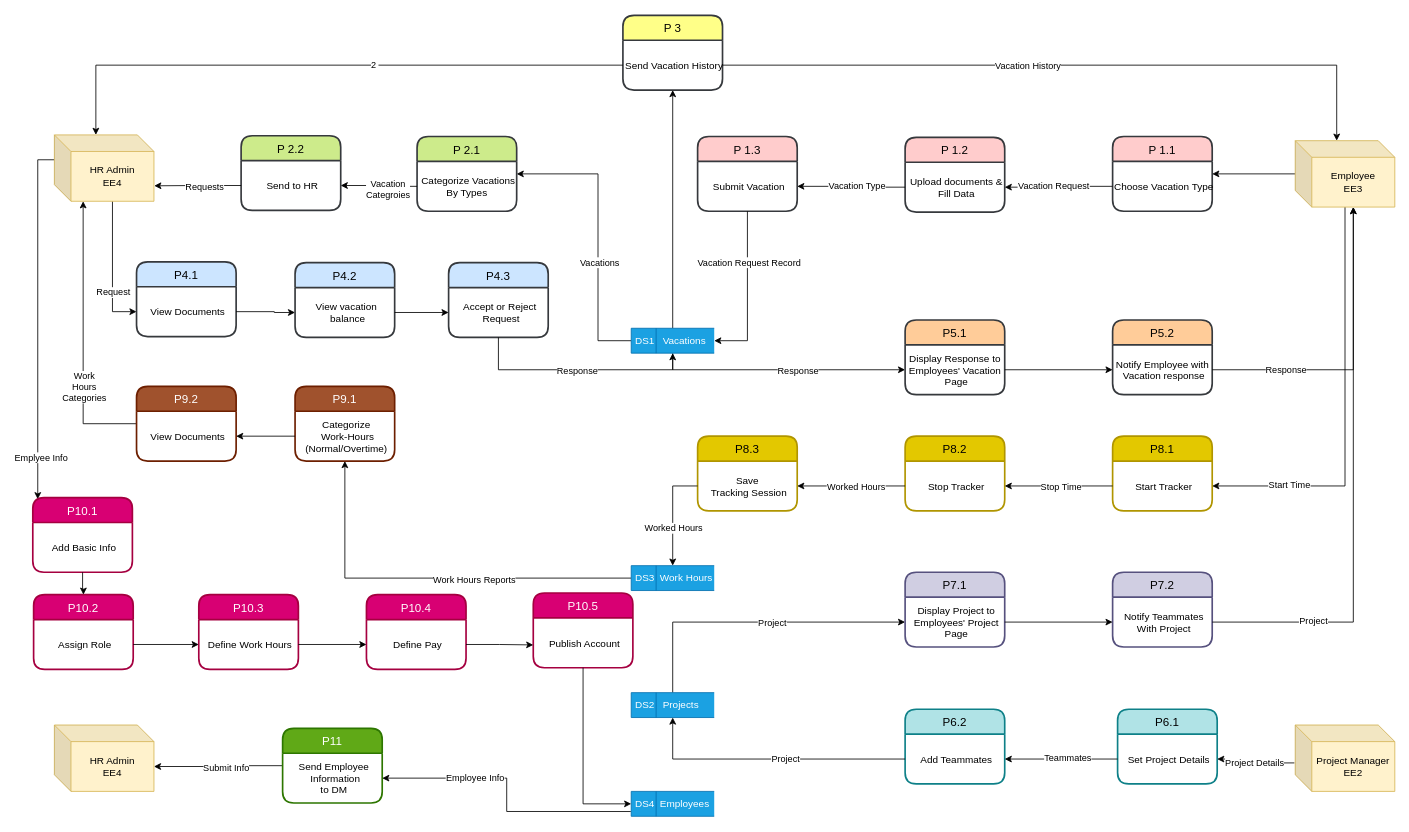
alaaamady/Data-Flow-Diagra-Level-2 keeps this draw.io diagram as Untitled Diagram.drawio. Above is the earlier version. Source tidied: cells renumbered, new cells numbered last; positions are measured from the earlier drawing's top-left corner, leaving out a move shared by most shapes. Both pictures are drawn from the tidied source at 83%, with x=0, y=0 at pixel (32, 15).
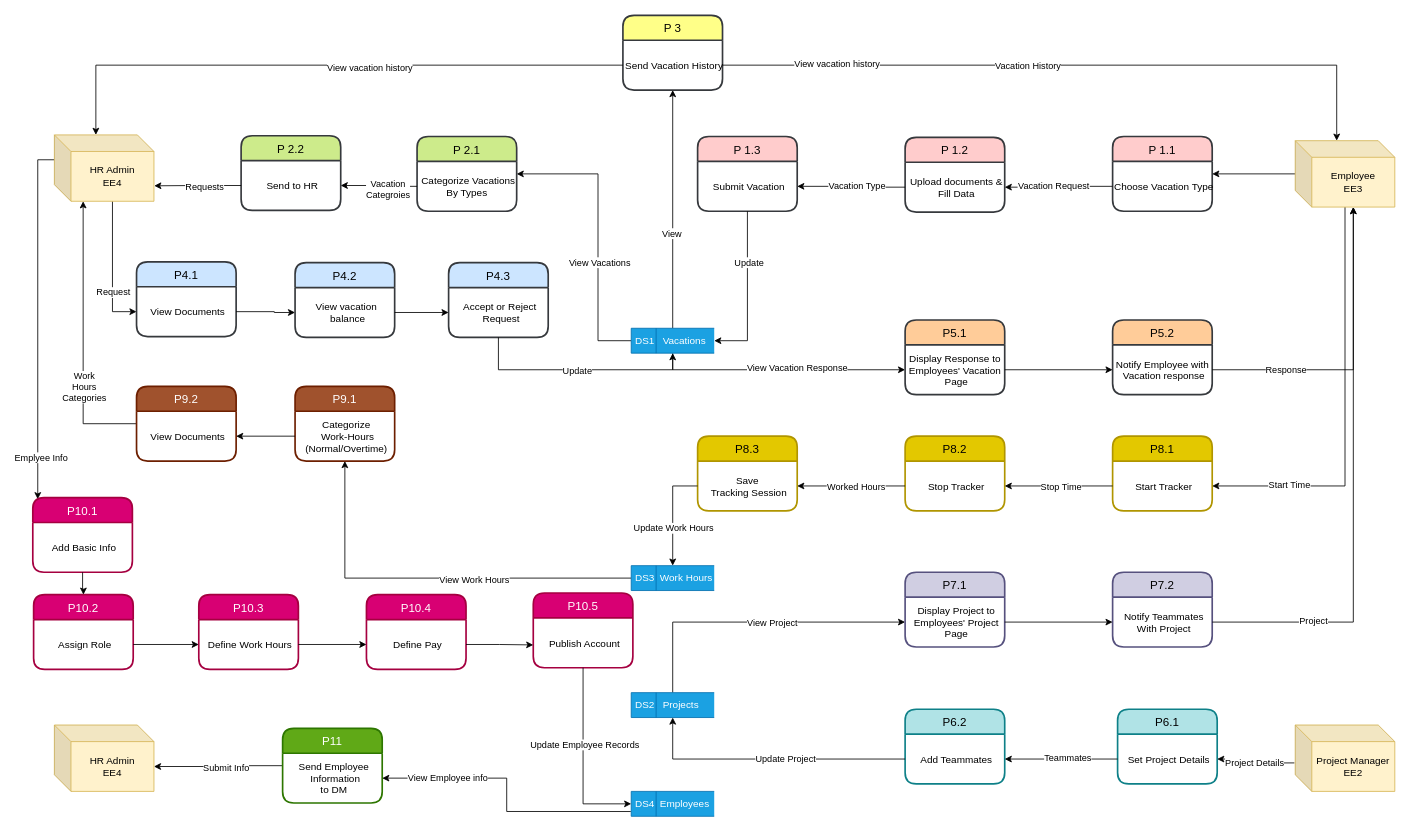
After the change.

Commit message:
updated data storage arrows

The change refers to these unchanged cells:
```xml
<mxCell id="16" style="edgeStyle=orthogonalEdgeStyle;rounded=0;jettySize=auto;html=1;exitX=0;exitY=0.5;exitDx=0;exitDy=0;entryX=1;entryY=0.25;entryDx=0;entryDy=0;" parent="1" edge="1" source="21" target="25">
  <mxGeometry relative="1" as="geometry">
    <Array as="points">
      <mxPoint x="681" y="392" />
      <mxPoint x="681" y="191" />
    </Array>
  </mxGeometry>
</mxCell>
<mxCell id="18" style="edgeStyle=orthogonalEdgeStyle;rounded=0;jettySize=auto;html=1;entryX=0.5;entryY=1;entryDx=0;entryDy=0;" parent="1" edge="1" source="21" target="43">
  <mxGeometry relative="1" as="geometry" />
</mxCell>
<mxCell id="19" style="edgeStyle=orthogonalEdgeStyle;rounded=0;jettySize=auto;html=1;exitX=0.5;exitY=1;exitDx=0;exitDy=0;entryX=0;entryY=0.5;entryDx=0;entryDy=0;" parent="1" edge="1" source="21" target="54">
  <mxGeometry relative="1" as="geometry" />
</mxCell>
<mxCell id="22" style="edgeStyle=orthogonalEdgeStyle;rounded=0;jettySize=auto;html=1;entryX=1;entryY=0.5;entryDx=0;entryDy=0;" parent="1" edge="1" source="11" target="21">
  <mxGeometry relative="1" as="geometry" />
</mxCell>
<mxCell id="44" style="edgeStyle=orthogonalEdgeStyle;rounded=0;jettySize=auto;html=1;entryX=0;entryY=0;entryDx=50;entryDy=0;entryPerimeter=0;" parent="1" edge="1" source="43" target="5">
  <mxGeometry relative="1" as="geometry" />
</mxCell>
<mxCell id="46" style="edgeStyle=orthogonalEdgeStyle;rounded=0;jettySize=auto;html=1;entryX=0;entryY=0;entryDx=50;entryDy=0;entryPerimeter=0;" parent="1" edge="1" source="43" target="32">
  <mxGeometry relative="1" as="geometry" />
</mxCell>
<mxCell id="51" style="edgeStyle=orthogonalEdgeStyle;rounded=0;jettySize=auto;html=1;entryX=0.5;entryY=1;entryDx=0;entryDy=0;" parent="1" edge="1" source="49" target="21">
  <mxGeometry relative="1" as="geometry">
    <Array as="points">
      <mxPoint x="561" y="427" />
      <mxPoint x="771" y="427" />
    </Array>
  </mxGeometry>
</mxCell>
<mxCell id="68" style="edgeStyle=orthogonalEdgeStyle;rounded=0;jettySize=auto;html=1;entryX=0;entryY=0.5;entryDx=0;entryDy=0;" parent="1" edge="1" source="70" target="75">
  <mxGeometry relative="1" as="geometry">
    <Array as="points">
      <mxPoint x="771" y="731" />
    </Array>
  </mxGeometry>
</mxCell>
<mxCell id="71" style="edgeStyle=orthogonalEdgeStyle;rounded=0;jettySize=auto;html=1;entryX=0.5;entryY=1;entryDx=0;entryDy=0;" parent="1" edge="1" source="66" target="70">
  <mxGeometry relative="1" as="geometry" />
</mxCell>
<mxCell id="87" style="edgeStyle=orthogonalEdgeStyle;rounded=0;jettySize=auto;html=1;entryX=0.5;entryY=1;entryDx=0;entryDy=0;" parent="1" edge="1" source="89" target="97">
  <mxGeometry relative="1" as="geometry" />
</mxCell>
<mxCell id="114" style="edgeStyle=orthogonalEdgeStyle;rounded=0;jettySize=auto;html=1;entryX=1;entryY=0.5;entryDx=0;entryDy=0;exitX=-0.005;exitY=0.808;exitDx=0;exitDy=0;exitPerimeter=0;" parent="1" edge="1" source="116" target="125">
  <mxGeometry relative="1" as="geometry" />
</mxCell>
<mxCell id="121" style="edgeStyle=orthogonalEdgeStyle;rounded=0;jettySize=auto;html=1;entryX=0;entryY=0.5;entryDx=0;entryDy=0;" parent="1" edge="1" source="113" target="116">
  <mxGeometry relative="1" as="geometry" />
</mxCell>
```

Change to the diagram source:
```diff
@@
-    <mxCell id="17" value="Vacations" style="edgeLabel;html=1;align=center;verticalAlign=middle;" parent="16" vertex="1">
+    <mxCell id="17" value="View Vacations" style="edgeLabel;html=1;align=center;verticalAlign=middle;" parent="16" vertex="1">
       <mxGeometry x="-0.08" y="-1" relative="1" as="geometry">
         <mxPoint y="21" as="offset" />
       </mxGeometry>
     </mxCell>
@@
+    <mxCell id="126" value="View" style="edgeLabel;html=1;align=center;verticalAlign=middle;" parent="18" vertex="1">
+      <mxGeometry x="-0.2" y="2" relative="1" as="geometry" />
+    </mxCell>
@@
-    <mxCell id="20" value="Response" style="edgeLabel;html=1;align=center;verticalAlign=middle;" parent="19" vertex="1">
-      <mxGeometry x="0.24" y="-5" relative="1" as="geometry">
-        <mxPoint x="-16" y="-5" as="offset" />
-      </mxGeometry>
-    </mxCell>
+    <mxCell id="127" value="View Vacation Response" style="edgeLabel;html=1;align=center;verticalAlign=middle;" parent="19" vertex="1">
+      <mxGeometry x="0.13" y="3" relative="1" as="geometry" />
+    </mxCell>
@@
-    <mxCell id="23" value="Vacation Request Record" style="edgeLabel;html=1;align=center;verticalAlign=middle;" parent="22" vertex="1">
+    <mxCell id="23" value="Update" style="edgeLabel;html=1;align=center;verticalAlign=middle;" parent="22" vertex="1">
       <mxGeometry x="-0.12" y="1" relative="1" as="geometry">
         <mxPoint y="-25" as="offset" />
       </mxGeometry>
     </mxCell>
@@
+    <mxCell id="128" value="View vacation history" style="edgeLabel;html=1;align=center;verticalAlign=middle;" parent="44" vertex="1">
+      <mxGeometry x="-0.67" y="2" relative="1" as="geometry" />
+    </mxCell>
@@
-    <mxCell id="47" value="2&amp;nbsp;" style="edgeLabel;html=1;align=center;verticalAlign=middle;" parent="1" vertex="1">
-      <mxGeometry x="411" y="59" as="geometry" />
-    </mxCell>
+    <mxCell id="129" value="View vacation history" style="edgeLabel;html=1;align=center;verticalAlign=middle;" parent="46" vertex="1">
+      <mxGeometry x="-0.15" y="2" relative="1" as="geometry" />
+    </mxCell>
@@
-    <mxCell id="52" value="Response" style="edgeLabel;html=1;align=center;verticalAlign=middle;" parent="51" vertex="1">
+    <mxCell id="52" value="Update" style="edgeLabel;html=1;align=center;verticalAlign=middle;" parent="51" vertex="1">
       <mxGeometry x="-0.01" relative="1" as="geometry" />
     </mxCell>
@@
-    <mxCell id="69" value="Project" style="edgeLabel;html=1;align=center;verticalAlign=middle;" parent="68" vertex="1">
+    <mxCell id="69" value="View Project" style="edgeLabel;html=1;align=center;verticalAlign=middle;" parent="68" vertex="1">
       <mxGeometry x="0.12" relative="1" as="geometry" />
     </mxCell>
@@
-    <mxCell id="72" value="Project" style="edgeLabel;html=1;align=center;verticalAlign=middle;" parent="71" vertex="1">
+    <mxCell id="72" value="Update Project" style="edgeLabel;html=1;align=center;verticalAlign=middle;" parent="71" vertex="1">
       <mxGeometry x="-0.12" y="-1" relative="1" as="geometry" />
     </mxCell>
@@
-    <mxCell id="88" value="Work Hours Reports" style="edgeLabel;html=1;align=center;verticalAlign=middle;" parent="87" vertex="1">
+    <mxCell id="88" value="View Work Hours" style="edgeLabel;html=1;align=center;verticalAlign=middle;" parent="87" vertex="1">
       <mxGeometry x="-0.22" y="1" relative="1" as="geometry" />
     </mxCell>
@@
-    <mxCell id="95" value="Worked Hours" style="edgeLabel;html=1;align=center;verticalAlign=middle;" parent="1" vertex="1">
+    <mxCell id="95" value="Update Work Hours" style="edgeLabel;html=1;align=center;verticalAlign=middle;" parent="1" vertex="1">
       <mxGeometry x="771" y="617" as="geometry" />
     </mxCell>
@@
-    <mxCell id="115" value="Employee Info" style="edgeLabel;html=1;align=center;verticalAlign=middle;" parent="114" vertex="1">
-      <mxGeometry x="0.34" y="-1" relative="1" as="geometry" />
+    <mxCell id="115" value="View Employee info" style="edgeLabel;html=1;align=center;verticalAlign=middle;" parent="114" vertex="1">
+      <mxGeometry x="0.34" y="-1" relative="1" as="geometry">
+        <mxPoint x="-33" as="offset" />
+      </mxGeometry>
     </mxCell>
@@
+    <mxCell id="130" value="Update Employee Records" style="edgeLabel;html=1;align=center;verticalAlign=middle;" parent="121" vertex="1">
+      <mxGeometry x="-0.17" y="1" relative="1" as="geometry" />
+    </mxCell>
```
